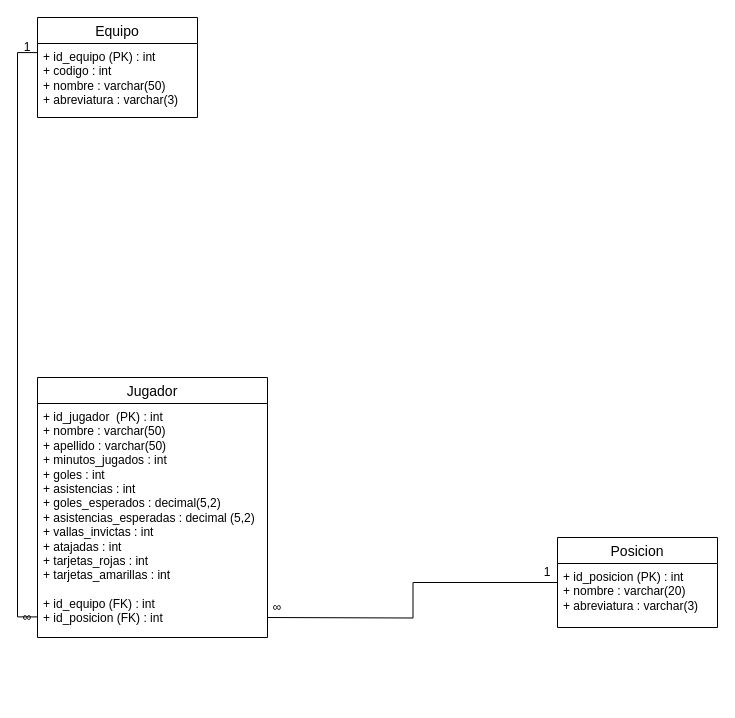
This is design/modelo-relacional-premier-league-analytics.drawio from NachoParedes/premier-league-analytics, a draw.io file, before an edit. Source tidied: cells renumbered, new cells numbered last; positions are measured from the earlier drawing's top-left corner, leaving out a move shared by most shapes. Both pictures are drawn from the tidied source at 100%, with x=0, y=0 at pixel (17, 17).
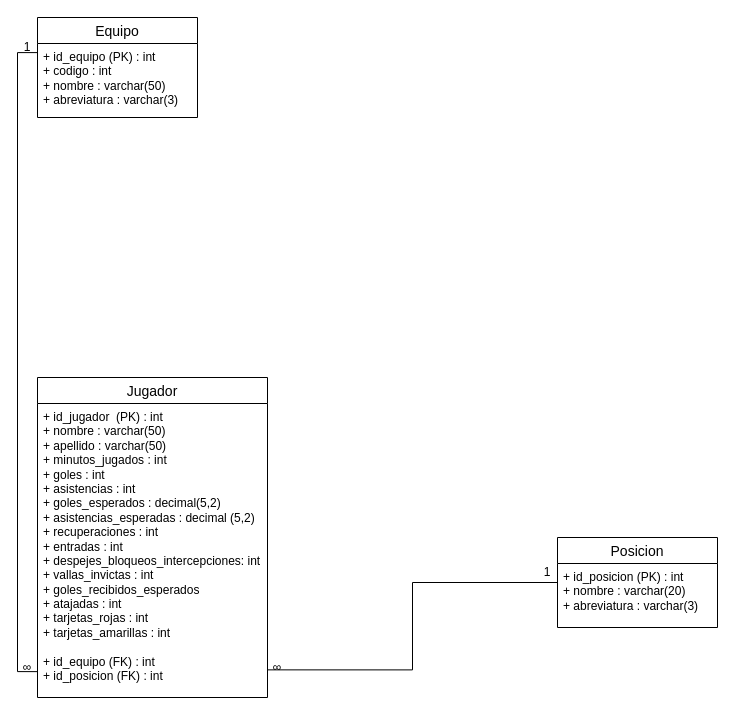
The same page after the edit.

Commit message (it also covers changes not shown here):
feat(sql): actualizar MER, modelo relacional y tabla jugador con metricas defensivas y expectativas

The edit, as a diff of the source:
```diff
@@
 <mxGraphModel>
   <root>
     <mxCell id="0" />
     <mxCell id="1" parent="0" />
     <mxCell id="2" style="edgeStyle=orthogonalEdgeStyle;rounded=0;jettySize=auto;html=1;exitX=0;exitY=0.123;exitDx=0;exitDy=0;entryX=-0.002;entryY=0.912;entryDx=0;entryDy=0;entryPerimeter=0;endArrow=none;endFill=0;exitPerimeter=0;" parent="1" edge="1" source="4" target="8">
       <mxGeometry relative="1" as="geometry" />
     </mxCell>
     <mxCell id="3" value="Equipo" style="swimlane;fontStyle=0;horizontal=1;startSize=26;align=center;fontSize=14;" parent="1" vertex="1">
       <mxGeometry x="20" width="160" height="100" as="geometry" />
     </mxCell>
     <mxCell id="4" value="+ id_equipo (PK) : int&lt;div&gt;+ codigo : int&lt;br&gt;&lt;div&gt;+ nombre : varchar(50)&lt;/div&gt;&lt;div&gt;+ abreviatura : varchar(3)&lt;/div&gt;&lt;div&gt;&lt;br&gt;&lt;/div&gt;&lt;/div&gt;" style="text;strokeColor=none;fillColor=none;spacingLeft=4;spacingRight=4;overflow=hidden;points=[[0,0.5],[1,0.5]];portConstraint=eastwest;fontSize=12;whiteSpace=wrap;html=1;" parent="3" vertex="1">
       <mxGeometry y="26" width="160" height="74" as="geometry" />
     </mxCell>
     <mxCell id="5" value="Posicion" style="swimlane;fontStyle=0;horizontal=1;startSize=26;align=center;fontSize=14;" parent="1" vertex="1">
       <mxGeometry x="540" y="520" width="160" height="90" as="geometry" />
     </mxCell>
     <mxCell id="6" value="+ id_posicion (PK) : int&lt;div&gt;+ nombre : varchar(20)&lt;/div&gt;&lt;div&gt;+ abreviatura : varchar(3)&lt;/div&gt;&lt;div&gt;&lt;br&gt;&lt;/div&gt;" style="text;strokeColor=none;fillColor=none;spacingLeft=4;spacingRight=4;overflow=hidden;fontSize=12;whiteSpace=wrap;html=1;" parent="5" vertex="1">
       <mxGeometry y="26" width="160" height="64" as="geometry" />
     </mxCell>
     <mxCell id="7" value="Jugador" style="swimlane;fontStyle=0;horizontal=1;startSize=26;align=center;fontSize=14;" parent="1" vertex="1">
-      <mxGeometry x="20" y="360" width="230" height="260" as="geometry" />
+      <mxGeometry x="20" y="360" width="230" height="320" as="geometry" />
     </mxCell>
-    <mxCell id="8" value="+ id_jugador&amp;nbsp; (PK) : int&lt;div&gt;+ nombre : varchar(50)&lt;/div&gt;&lt;div&gt;+ apellido : varchar(50)&lt;/div&gt;&lt;div&gt;+ minutos_jugados : int&lt;/div&gt;&lt;div&gt;+ goles : int&lt;/div&gt;&lt;div&gt;+ asistencias : int&lt;/div&gt;&lt;div&gt;+ goles_esperados : decimal(5,2)&lt;/div&gt;&lt;div&gt;+ asistencias_esperadas : decimal (5,2)&lt;/div&gt;&lt;div&gt;+ vallas_invictas : int&lt;/div&gt;&lt;div&gt;+ atajadas : int&lt;/div&gt;&lt;div&gt;+ tarjetas_rojas : int&lt;/div&gt;&lt;div&gt;+ tarjetas_amarillas : int&lt;/div&gt;&lt;div&gt;&lt;br&gt;&lt;/div&gt;&lt;div&gt;+ id_equipo (FK) : int&lt;/div&gt;&lt;div&gt;+ id_posicion (FK) : int&lt;/div&gt;" style="text;strokeColor=none;fillColor=none;spacingLeft=4;spacingRight=4;overflow=hidden;points=[[0,0.5],[1,0.5]];portConstraint=eastwest;fontSize=12;whiteSpace=wrap;html=1;" parent="7" vertex="1">
-      <mxGeometry y="26" width="230" height="234" as="geometry" />
+    <mxCell id="8" value="+ id_jugador&amp;nbsp; (PK) : int&lt;div&gt;+ nombre : varchar(50)&lt;/div&gt;&lt;div&gt;+ apellido : varchar(50)&lt;/div&gt;&lt;div&gt;+ minutos_jugados : int&lt;/div&gt;&lt;div&gt;+ goles : int&lt;/div&gt;&lt;div&gt;+ asistencias : int&lt;/div&gt;&lt;div&gt;+ goles_esperados : decimal(5,2)&lt;/div&gt;&lt;div&gt;+ asistencias_esperadas : decimal (5,2)&lt;/div&gt;&lt;div&gt;+ recuperaciones : int&lt;/div&gt;&lt;div&gt;+ entradas : int&lt;/div&gt;&lt;div&gt;+&amp;nbsp;despejes_bloqueos_intercepciones: int&lt;/div&gt;&lt;div&gt;+ vallas_invictas : int&lt;/div&gt;&lt;div&gt;+&amp;nbsp;goles_recibidos_esperados&lt;/div&gt;&lt;div&gt;+ atajadas : int&lt;/div&gt;&lt;div&gt;+ tarjetas_rojas : int&lt;/div&gt;&lt;div&gt;+ tarjetas_amarillas : int&lt;/div&gt;&lt;div&gt;&lt;br&gt;&lt;/div&gt;&lt;div&gt;+ id_equipo (FK) : int&lt;/div&gt;&lt;div&gt;+ id_posicion (FK) : int&lt;/div&gt;" style="text;strokeColor=none;fillColor=none;spacingLeft=4;spacingRight=4;overflow=hidden;points=[[0,0.5],[1,0.5]];portConstraint=eastwest;fontSize=12;whiteSpace=wrap;html=1;" parent="7" vertex="1">
+      <mxGeometry y="26" width="230" height="294" as="geometry" />
     </mxCell>
-    <mxCell id="9" style="edgeStyle=orthogonalEdgeStyle;rounded=0;jettySize=auto;html=1;exitX=0;exitY=0.5;exitDx=0;exitDy=0;endArrow=none;endFill=0;" parent="1" edge="1" source="5">
-      <mxGeometry relative="1" as="geometry">
-        <mxPoint x="250" y="600" as="targetPoint" />
-      </mxGeometry>
+    <mxCell id="9" style="edgeStyle=orthogonalEdgeStyle;rounded=0;jettySize=auto;html=1;exitX=0;exitY=0.5;exitDx=0;exitDy=0;endArrow=none;endFill=0;entryX=1.001;entryY=0.906;entryDx=0;entryDy=0;entryPerimeter=0;" parent="1" edge="1" source="5" target="8">
+      <mxGeometry relative="1" as="geometry" />
     </mxCell>
     <mxCell id="10" value="1" style="text;html=1;whiteSpace=wrap;strokeColor=none;fillColor=none;align=center;verticalAlign=middle;rounded=0;" parent="1" vertex="1">
       <mxGeometry y="20" width="20" height="20" as="geometry" />
     </mxCell>
     <mxCell id="11" value="∞" style="text;html=1;whiteSpace=wrap;strokeColor=none;fillColor=none;align=center;verticalAlign=middle;rounded=0;" parent="1" vertex="1">
-      <mxGeometry y="590" width="20" height="20" as="geometry" />
+      <mxGeometry y="640" width="20" height="20" as="geometry" />
     </mxCell>
     <mxCell id="12" value="∞" style="text;html=1;whiteSpace=wrap;strokeColor=none;fillColor=none;align=center;verticalAlign=middle;rounded=0;" parent="1" vertex="1">
-      <mxGeometry x="250" y="580" width="20" height="20" as="geometry" />
+      <mxGeometry x="250" y="640" width="20" height="20" as="geometry" />
     </mxCell>
     <mxCell id="13" value="1" style="text;html=1;whiteSpace=wrap;strokeColor=none;fillColor=none;align=center;verticalAlign=middle;rounded=0;" parent="1" vertex="1">
       <mxGeometry x="520" y="545" width="20" height="20" as="geometry" />
     </mxCell>
   </root>
 </mxGraphModel>
```
